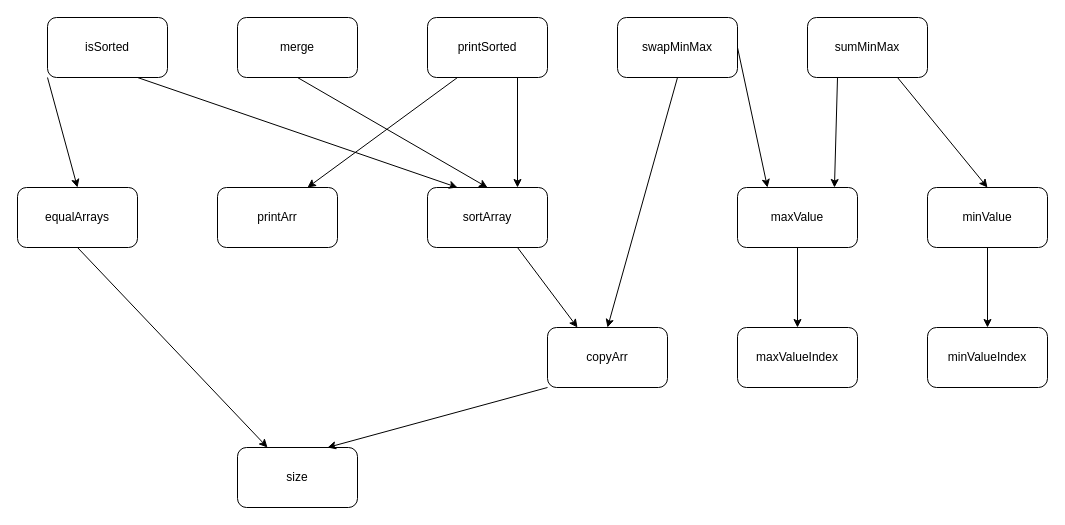
This is Functions Hierarchy.drawio from saarzeev/QEAss3, a draw.io file, before an edit. Source tidied: cells renumbered, new cells numbered last; positions are measured from the earlier drawing's top-left corner, leaving out a move shared by most shapes. Both pictures are drawn from the tidied source at 100%, with x=0, y=0 at pixel (17, 17).
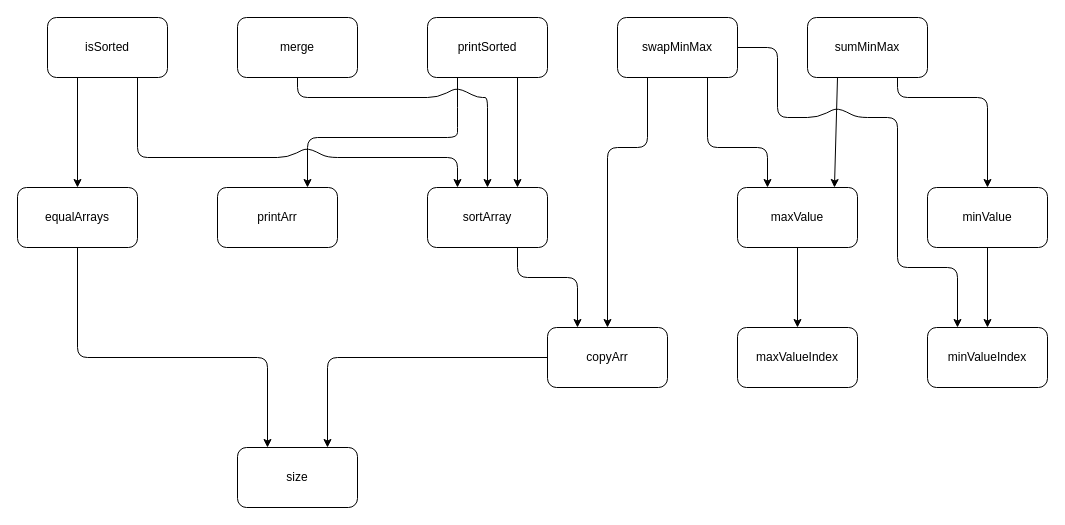
The same page after the edit.

Unchanged cells that the change refers to:
```xml
<mxCell id="2" value="sumMinMax" style="rounded=1;whiteSpace=wrap;html=1;" parent="1" vertex="1">
  <mxGeometry x="790" width="120" height="60" as="geometry" />
</mxCell>
<mxCell id="3" value="maxValue" style="rounded=1;whiteSpace=wrap;html=1;" parent="1" vertex="1">
  <mxGeometry x="720" y="170" width="120" height="60" as="geometry" />
</mxCell>
<mxCell id="4" value="minValueIndex" style="rounded=1;whiteSpace=wrap;html=1;" parent="1" vertex="1">
  <mxGeometry x="910" y="310" width="120" height="60" as="geometry" />
</mxCell>
<mxCell id="6" value="printArr" style="rounded=1;whiteSpace=wrap;html=1;" parent="1" vertex="1">
  <mxGeometry x="200" y="170" width="120" height="60" as="geometry" />
</mxCell>
<mxCell id="7" value="printSorted" style="rounded=1;whiteSpace=wrap;html=1;" parent="1" vertex="1">
  <mxGeometry x="410" width="120" height="60" as="geometry" />
</mxCell>
<mxCell id="8" value="swapMinMax" style="rounded=1;whiteSpace=wrap;html=1;" parent="1" vertex="1">
  <mxGeometry x="600" width="120" height="60" as="geometry" />
</mxCell>
<mxCell id="9" value="merge" style="rounded=1;whiteSpace=wrap;html=1;" parent="1" vertex="1">
  <mxGeometry x="220" width="120" height="60" as="geometry" />
</mxCell>
<mxCell id="10" value="isSorted" style="rounded=1;whiteSpace=wrap;html=1;" parent="1" vertex="1">
  <mxGeometry x="30" width="120" height="60" as="geometry" />
</mxCell>
<mxCell id="11" value="sortArray" style="rounded=1;whiteSpace=wrap;html=1;" parent="1" vertex="1">
  <mxGeometry x="410" y="170" width="120" height="60" as="geometry" />
</mxCell>
<mxCell id="12" value="equalArrays" style="rounded=1;whiteSpace=wrap;html=1;" parent="1" vertex="1">
  <mxGeometry y="170" width="120" height="60" as="geometry" />
</mxCell>
<mxCell id="13" value="size" style="rounded=1;whiteSpace=wrap;html=1;" parent="1" vertex="1">
  <mxGeometry x="220" y="430" width="120" height="60" as="geometry" />
</mxCell>
<mxCell id="14" value="copyArr" style="rounded=1;whiteSpace=wrap;html=1;" parent="1" vertex="1">
  <mxGeometry x="530" y="310" width="120" height="60" as="geometry" />
</mxCell>
<mxCell id="15" value="minValue" style="rounded=1;whiteSpace=wrap;html=1;" parent="1" vertex="1">
  <mxGeometry x="910" y="170" width="120" height="60" as="geometry" />
</mxCell>
```

The edit, as a diff of the source:
```diff
@@
     <mxCell id="17" style="endArrow=classic;html=1;exitX=0.75;exitY=1;exitDx=0;exitDy=0;entryX=0.5;entryY=0;entryDx=0;entryDy=0;" parent="1" edge="1" source="2" target="15">
-      <mxGeometry relative="1" as="geometry" />
+      <mxGeometry relative="1" as="geometry">
+        <Array as="points">
+          <mxPoint x="880" y="80" />
+          <mxPoint x="970" y="80" />
+        </Array>
+      </mxGeometry>
     </mxCell>
@@
-    <mxCell id="20" style="endArrow=classic;html=1;exitX=0;exitY=1;exitDx=0;exitDy=0;entryX=0.75;entryY=0;entryDx=0;entryDy=0;" parent="1" edge="1" source="14" target="13">
-      <mxGeometry relative="1" as="geometry" />
+    <mxCell id="20" style="endArrow=classic;html=1;exitX=0;exitY=0.5;exitDx=0;exitDy=0;entryX=0.75;entryY=0;entryDx=0;entryDy=0;" parent="1" edge="1" source="14" target="13">
+      <mxGeometry relative="1" as="geometry">
+        <Array as="points">
+          <mxPoint x="310" y="340" />
+        </Array>
+      </mxGeometry>
     </mxCell>
-    <mxCell id="21" style="endArrow=classic;html=1;exitX=0.5;exitY=1;exitDx=0;exitDy=0;entryX=0.5;entryY=0;entryDx=0;entryDy=0;" parent="1" edge="1" source="8" target="14">
-      <mxGeometry relative="1" as="geometry" />
+    <mxCell id="21" style="endArrow=classic;html=1;exitX=0.25;exitY=1;exitDx=0;exitDy=0;entryX=0.5;entryY=0;entryDx=0;entryDy=0;" parent="1" edge="1" source="8" target="14">
+      <mxGeometry relative="1" as="geometry">
+        <Array as="points">
+          <mxPoint x="630" y="130" />
+          <mxPoint x="590" y="130" />
+        </Array>
+      </mxGeometry>
     </mxCell>
     <mxCell id="22" style="endArrow=classic;html=1;exitX=0.75;exitY=1;exitDx=0;exitDy=0;entryX=0.25;entryY=0;entryDx=0;entryDy=0;" parent="1" edge="1" source="11" target="14">
-      <mxGeometry relative="1" as="geometry" />
+      <mxGeometry relative="1" as="geometry">
+        <Array as="points">
+          <mxPoint x="500" y="260" />
+          <mxPoint x="560" y="260" />
+        </Array>
+      </mxGeometry>
     </mxCell>
     <mxCell id="23" style="endArrow=classic;html=1;exitX=0.5;exitY=1;exitDx=0;exitDy=0;entryX=0.5;entryY=0;entryDx=0;entryDy=0;" parent="1" edge="1" source="9" target="11">
-      <mxGeometry relative="1" as="geometry" />
+      <mxGeometry relative="1" as="geometry">
+        <Array as="points">
+          <mxPoint x="280" y="80" />
+          <mxPoint x="420" y="80" />
+          <mxPoint x="440" y="70" />
+          <mxPoint x="460" y="80" />
+          <mxPoint x="470" y="80" />
+        </Array>
+      </mxGeometry>
     </mxCell>
     <mxCell id="24" style="endArrow=classic;html=1;entryX=0.25;entryY=0;entryDx=0;entryDy=0;exitX=0.75;exitY=1;exitDx=0;exitDy=0;" parent="1" edge="1" source="10" target="11">
-      <mxGeometry relative="1" as="geometry" />
+      <mxGeometry relative="1" as="geometry">
+        <Array as="points">
+          <mxPoint x="120" y="140" />
+          <mxPoint x="270" y="140" />
+          <mxPoint x="290" y="130" />
+          <mxPoint x="310" y="140" />
+          <mxPoint x="440" y="140" />
+        </Array>
+      </mxGeometry>
     </mxCell>
-    <mxCell id="25" style="endArrow=classic;html=1;exitX=1;exitY=0.5;exitDx=0;exitDy=0;entryX=0.25;entryY=0;entryDx=0;entryDy=0;" parent="1" edge="1" source="8" target="3">
-      <mxGeometry relative="1" as="geometry" />
+    <mxCell id="25" style="endArrow=classic;html=1;exitX=0.75;exitY=1;exitDx=0;exitDy=0;entryX=0.25;entryY=0;entryDx=0;entryDy=0;" parent="1" edge="1" source="8" target="3">
+      <mxGeometry relative="1" as="geometry">
+        <Array as="points">
+          <mxPoint x="690" y="130" />
+          <mxPoint x="750" y="130" />
+        </Array>
+      </mxGeometry>
     </mxCell>
-    <mxCell id="26" style="endArrow=classic;html=1;exitX=0;exitY=1;exitDx=0;exitDy=0;entryX=0.5;entryY=0;entryDx=0;entryDy=0;" parent="1" edge="1" source="10" target="12">
+    <mxCell id="26" style="endArrow=classic;html=1;exitX=0.25;exitY=1;exitDx=0;exitDy=0;entryX=0.5;entryY=0;entryDx=0;entryDy=0;" parent="1" edge="1" source="10" target="12">
       <mxGeometry relative="1" as="geometry" />
     </mxCell>
     <mxCell id="27" style="endArrow=classic;html=1;exitX=0.5;exitY=1;exitDx=0;exitDy=0;entryX=0.25;entryY=0;entryDx=0;entryDy=0;" parent="1" edge="1" source="12" target="13">
-      <mxGeometry relative="1" as="geometry" />
+      <mxGeometry relative="1" as="geometry">
+        <Array as="points">
+          <mxPoint x="60" y="340" />
+          <mxPoint x="250" y="340" />
+        </Array>
+      </mxGeometry>
     </mxCell>
@@
     <mxCell id="29" style="endArrow=classic;html=1;exitX=0.25;exitY=1;exitDx=0;exitDy=0;entryX=0.75;entryY=0;entryDx=0;entryDy=0;" parent="1" edge="1" source="7" target="6">
-      <mxGeometry relative="1" as="geometry" />
+      <mxGeometry relative="1" as="geometry">
+        <Array as="points">
+          <mxPoint x="440" y="100" />
+          <mxPoint x="440" y="120" />
+          <mxPoint x="290" y="120" />
+        </Array>
+      </mxGeometry>
     </mxCell>
+    <mxCell id="30" style="endArrow=classic;html=1;exitX=1;exitY=0.5;exitDx=0;exitDy=0;entryX=0.25;entryY=0;entryDx=0;entryDy=0;" parent="1" edge="1" source="8" target="4">
+      <mxGeometry relative="1" as="geometry">
+        <Array as="points">
+          <mxPoint x="760" y="30" />
+          <mxPoint x="760" y="100" />
+          <mxPoint x="800" y="100" />
+          <mxPoint x="820" y="90" />
+          <mxPoint x="840" y="100" />
+          <mxPoint x="880" y="100" />
+          <mxPoint x="880" y="250" />
+          <mxPoint x="940" y="250" />
+        </Array>
+      </mxGeometry>
+    </mxCell>
```
